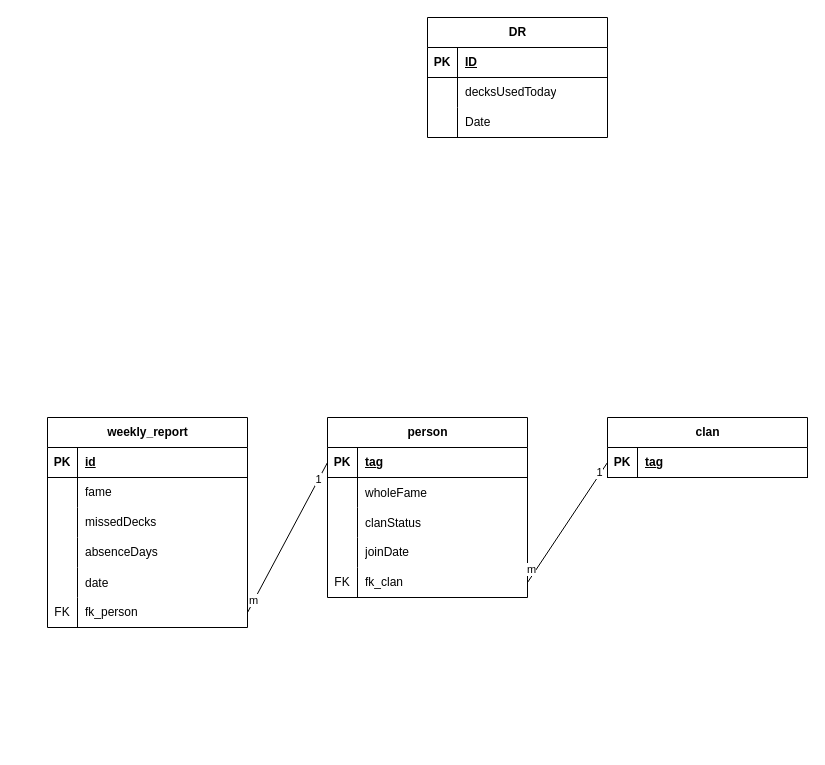
The draw.io diagram Database/b4u_uml.drawio in jan-schaefli-github/Boost-for-you-B4U, before the edit. Source tidied: cells renumbered, new cells numbered last; positions are measured from the earlier drawing's top-left corner, leaving out a move shared by most shapes. Both pictures are drawn from the tidied source at 100%, with x=0, y=0 at pixel (47, 17).
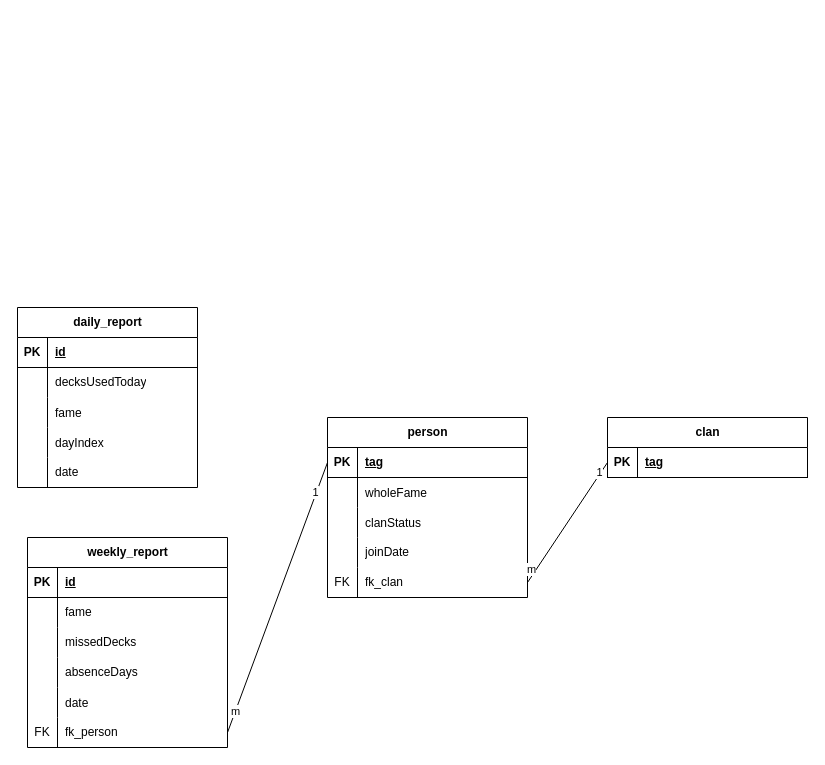
Above is the later version.

Commit message (it also covers changes not shown here):
added daily report

Unchanged cells that the change refers to:
```xml
<mxCell id="3" style="shape=tableRow;horizontal=0;startSize=0;swimlaneHead=0;swimlaneBody=0;fillColor=none;top=0;left=0;right=0;bottom=1;" parent="2" vertex="1">
  <mxGeometry y="30" width="180" height="30" as="geometry" />
</mxCell>
```

Change to the diagram source:
```diff
@@
-    <mxCell id="2" value="DR" style="shape=table;startSize=30;childLayout=tableLayout;rowLines=0;fontStyle=1;align=center;html=1;" parent="1" vertex="1">
-      <mxGeometry x="380" width="180" height="120" as="geometry" />
+    <mxCell id="2" value="daily_report" style="shape=table;startSize=30;childLayout=tableLayout;rowLines=0;fontStyle=1;align=center;html=1;" parent="1" vertex="1">
+      <mxGeometry x="-30" y="290" width="180" height="180" as="geometry" />
     </mxCell>
@@
-    <mxCell id="5" value="ID" style="shape=partialRectangle;fillColor=none;top=0;left=0;bottom=0;right=0;align=left;spacingLeft=6;fontStyle=5;overflow=hidden;whiteSpace=wrap;html=1;" parent="3" vertex="1">
+    <mxCell id="5" value="id" style="shape=partialRectangle;fillColor=none;top=0;left=0;bottom=0;right=0;align=left;spacingLeft=6;fontStyle=5;overflow=hidden;whiteSpace=wrap;html=1;" parent="3" vertex="1">
       <mxGeometry x="30" width="150" height="30" as="geometry" />
     </mxCell>
@@
+    <mxCell id="57" style="shape=tableRow;horizontal=0;startSize=0;swimlaneHead=0;swimlaneBody=0;fillColor=none;top=0;left=0;right=0;bottom=0;" parent="2" vertex="1">
+      <mxGeometry y="90" width="180" height="30" as="geometry" />
+    </mxCell>
+    <mxCell id="58" style="shape=partialRectangle;fillColor=none;top=0;left=0;bottom=0;right=0;overflow=hidden;" parent="57" vertex="1">
+      <mxGeometry width="30" height="30" as="geometry" />
+    </mxCell>
+    <mxCell id="59" value="fame" style="shape=partialRectangle;fillColor=none;top=0;left=0;bottom=0;right=0;align=left;spacingLeft=6;overflow=hidden;" parent="57" vertex="1">
+      <mxGeometry x="30" width="150" height="30" as="geometry" />
+    </mxCell>
+    <mxCell id="60" style="shape=tableRow;horizontal=0;startSize=0;swimlaneHead=0;swimlaneBody=0;fillColor=none;top=0;left=0;right=0;bottom=0;" parent="2" vertex="1">
+      <mxGeometry y="120" width="180" height="30" as="geometry" />
+    </mxCell>
+    <mxCell id="61" style="shape=partialRectangle;fillColor=none;top=0;left=0;bottom=0;right=0;overflow=hidden;" parent="60" vertex="1">
+      <mxGeometry width="30" height="30" as="geometry" />
+    </mxCell>
+    <mxCell id="62" value="dayIndex" style="shape=partialRectangle;fillColor=none;top=0;left=0;bottom=0;right=0;align=left;spacingLeft=6;overflow=hidden;" parent="60" vertex="1">
+      <mxGeometry x="30" width="150" height="30" as="geometry" />
+    </mxCell>
     <mxCell id="9" style="shape=tableRow;horizontal=0;startSize=0;swimlaneHead=0;swimlaneBody=0;fillColor=none;top=0;left=0;right=0;bottom=0;" parent="2" vertex="1">
-      <mxGeometry y="90" width="180" height="30" as="geometry" />
+      <mxGeometry y="150" width="180" height="30" as="geometry" />
     </mxCell>
@@
-    <mxCell id="11" value="Date" style="shape=partialRectangle;fillColor=none;top=0;left=0;bottom=0;right=0;align=left;spacingLeft=6;overflow=hidden;whiteSpace=wrap;html=1;" parent="9" vertex="1">
+    <mxCell id="11" value="date" style="shape=partialRectangle;fillColor=none;top=0;left=0;bottom=0;right=0;align=left;spacingLeft=6;overflow=hidden;whiteSpace=wrap;html=1;" parent="9" vertex="1">
       <mxGeometry x="30" width="150" height="30" as="geometry" />
     </mxCell>
     <mxCell id="12" value="weekly_report" style="shape=table;startSize=30;childLayout=tableLayout;rowLines=0;fontStyle=1;align=center;html=1;" parent="1" vertex="1">
-      <mxGeometry y="400" width="200" height="210" as="geometry" />
+      <mxGeometry x="-20" y="520" width="200" height="210" as="geometry" />
     </mxCell>
```
